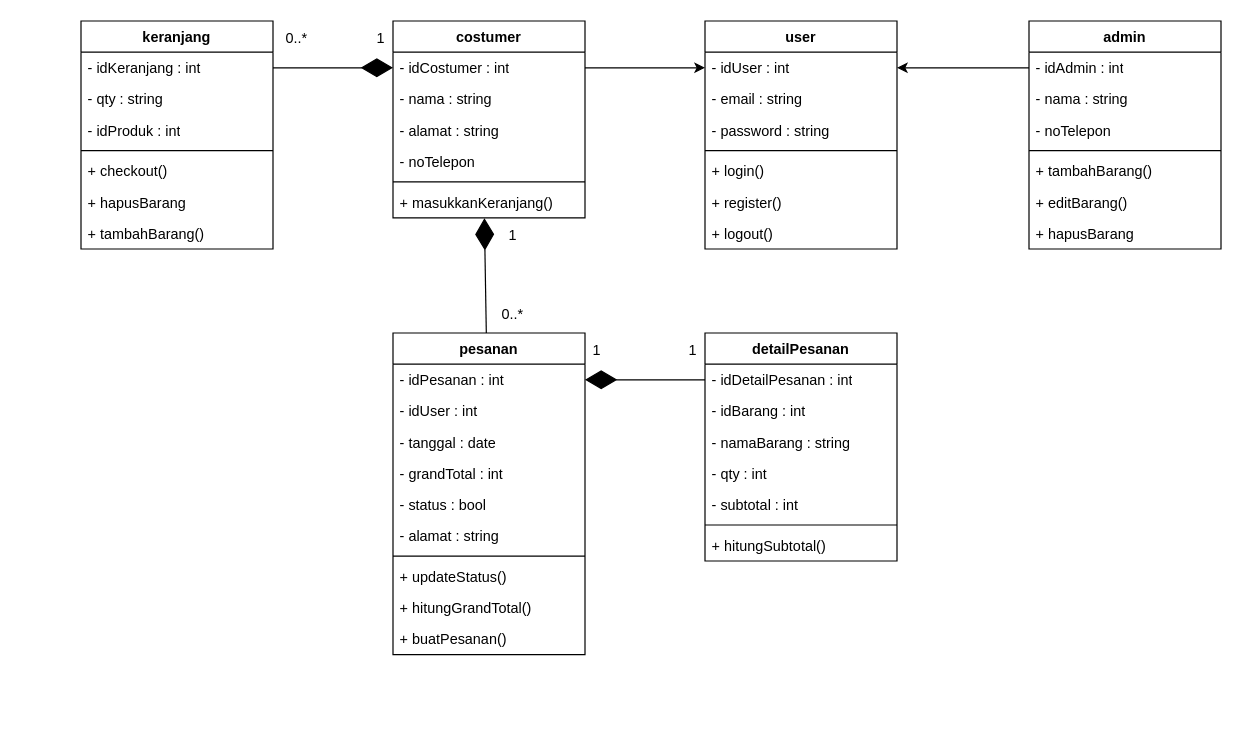
zerocode0806/Flowchart-E-Comerce-Elektronik keeps this draw.io diagram as Class-Diagram-Ecommerce-Elektronik.drawio. Above is the earlier version. Source tidied: cells renumbered, new cells numbered last; positions are measured from the earlier drawing's top-left corner, leaving out a move shared by most shapes. Both pictures are drawn from the tidied source at 120%, with x=0, y=0 at pixel (80, 20).
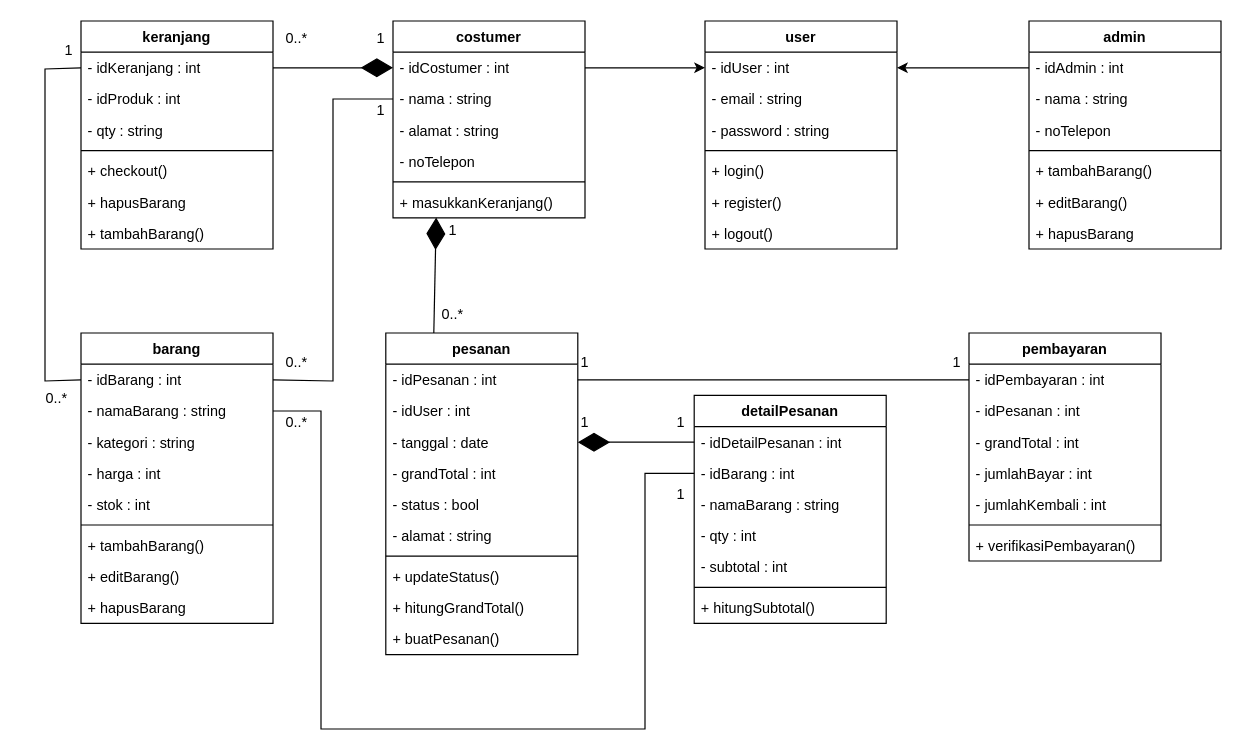
Above is the later version.

The change refers to these unchanged cells:
```xml
<mxCell id="12" value="- nama : string" style="text;strokeColor=none;fillColor=none;align=left;verticalAlign=top;spacingLeft=4;spacingRight=4;overflow=hidden;points=[[0,0.5],[1,0.5]];portConstraint=eastwest;whiteSpace=wrap;html=1;" parent="10" vertex="1">
  <mxGeometry y="52" width="160" height="26" as="geometry" />
</mxCell>
<mxCell id="16" value="+ masukkanKeranjang()" style="text;strokeColor=none;fillColor=none;align=left;verticalAlign=top;spacingLeft=4;spacingRight=4;overflow=hidden;points=[[0,0.5],[1,0.5]];portConstraint=eastwest;whiteSpace=wrap;html=1;" parent="10" vertex="1">
  <mxGeometry y="138" width="160" height="26" as="geometry" />
</mxCell>
<mxCell id="27" value="keranjang" style="swimlane;fontStyle=1;align=center;verticalAlign=top;horizontal=1;startSize=26;whiteSpace=wrap;html=1;" parent="1" vertex="1">
  <mxGeometry width="160" height="190" as="geometry" />
</mxCell>
<mxCell id="28" value="- idKeranjang : int" style="text;strokeColor=none;fillColor=none;align=left;verticalAlign=top;spacingLeft=4;spacingRight=4;overflow=hidden;points=[[0,0.5],[1,0.5]];portConstraint=eastwest;whiteSpace=wrap;html=1;" parent="27" vertex="1">
  <mxGeometry y="26" width="160" height="26" as="geometry" />
</mxCell>
<mxCell id="37" value="- idPesanan : int" style="text;strokeColor=none;fillColor=none;align=left;verticalAlign=top;spacingLeft=4;spacingRight=4;overflow=hidden;points=[[0,0.5],[1,0.5]];portConstraint=eastwest;whiteSpace=wrap;html=1;" parent="36" vertex="1">
  <mxGeometry y="26" width="160" height="26" as="geometry" />
</mxCell>
<mxCell id="39" value="- tanggal : date" style="text;strokeColor=none;fillColor=none;align=left;verticalAlign=top;spacingLeft=4;spacingRight=4;overflow=hidden;points=[[0,0.5],[1,0.5]];portConstraint=eastwest;whiteSpace=wrap;html=1;" parent="36" vertex="1">
  <mxGeometry y="78" width="160" height="26" as="geometry" />
</mxCell>
<mxCell id="48" value="- idDetailPesanan : int" style="text;strokeColor=none;fillColor=none;align=left;verticalAlign=top;spacingLeft=4;spacingRight=4;overflow=hidden;points=[[0,0.5],[1,0.5]];portConstraint=eastwest;whiteSpace=wrap;html=1;" parent="47" vertex="1">
  <mxGeometry y="26" width="160" height="26" as="geometry" />
</mxCell>
<mxCell id="49" value="- idBarang : int" style="text;strokeColor=none;fillColor=none;align=left;verticalAlign=top;spacingLeft=4;spacingRight=4;overflow=hidden;points=[[0,0.5],[1,0.5]];portConstraint=eastwest;whiteSpace=wrap;html=1;" parent="47" vertex="1">
  <mxGeometry y="52" width="160" height="26" as="geometry" />
</mxCell>
```

The edit, as a diff of the source:
```diff
@@
+    <mxCell id="30" value="- idProduk : int" style="text;strokeColor=none;fillColor=none;align=left;verticalAlign=top;spacingLeft=4;spacingRight=4;overflow=hidden;whiteSpace=wrap;html=1;" parent="27" vertex="1">
+      <mxGeometry y="52" width="160" height="26" as="geometry" />
+    </mxCell>
     <mxCell id="29" value="- qty : string" style="text;strokeColor=none;fillColor=none;align=left;verticalAlign=top;spacingLeft=4;spacingRight=4;overflow=hidden;whiteSpace=wrap;html=1;" parent="27" vertex="1">
-      <mxGeometry y="52" width="160" height="26" as="geometry" />
+      <mxGeometry y="78" width="160" height="26" as="geometry" />
     </mxCell>
-    <mxCell id="30" value="- idProduk : int" style="text;strokeColor=none;fillColor=none;align=left;verticalAlign=top;spacingLeft=4;spacingRight=4;overflow=hidden;whiteSpace=wrap;html=1;" parent="27" vertex="1">
-      <mxGeometry y="78" width="160" height="26" as="geometry" />
-    </mxCell>
@@
     <mxCell id="36" value="pesanan" style="swimlane;fontStyle=1;align=center;verticalAlign=top;horizontal=1;startSize=26;whiteSpace=wrap;html=1;" parent="1" vertex="1">
-      <mxGeometry x="260" y="260" width="160" height="268" as="geometry" />
+      <mxGeometry x="254" y="260" width="160" height="268" as="geometry" />
     </mxCell>
@@
     <mxCell id="47" value="detailPesanan" style="swimlane;fontStyle=1;align=center;verticalAlign=top;horizontal=1;startSize=26;whiteSpace=wrap;html=1;" parent="1" vertex="1">
-      <mxGeometry x="520" y="260" width="160" height="190" as="geometry" />
+      <mxGeometry x="511" y="312" width="160" height="190" as="geometry" />
     </mxCell>
@@
-    <mxCell id="55" style="endArrow=diamondThin;endFill=1;endSize=24;html=1;rounded=0;entryX=0.476;entryY=1.014;entryDx=0;entryDy=0;entryPerimeter=0;" parent="1" edge="1" source="36" target="16">
+    <mxCell id="55" style="endArrow=diamondThin;endFill=1;endSize=24;html=1;rounded=0;entryX=0.225;entryY=0.993;entryDx=0;entryDy=0;entryPerimeter=0;exitX=0.25;exitY=0;exitDx=0;exitDy=0;" parent="1" edge="1" source="36" target="16">
       <mxGeometry relative="1" as="geometry" />
     </mxCell>
-    <mxCell id="56" style="endArrow=diamondThin;endFill=1;endSize=24;html=1;rounded=0;entryX=1;entryY=0.5;entryDx=0;entryDy=0;exitX=0;exitY=0.5;exitDx=0;exitDy=0;" parent="1" edge="1" source="48" target="37">
+    <mxCell id="56" style="endArrow=diamondThin;endFill=1;endSize=24;html=1;rounded=0;exitX=0;exitY=0.5;exitDx=0;exitDy=0;" parent="1" edge="1" source="48" target="39">
       <mxGeometry relative="1" as="geometry" />
     </mxCell>
@@
     <mxCell id="59" value="1" style="text;html=1;whiteSpace=wrap;strokeColor=none;fillColor=none;align=center;verticalAlign=middle;rounded=0;" parent="1" vertex="1">
-      <mxGeometry x="330" y="164" width="60" height="30" as="geometry" />
+      <mxGeometry x="280" y="160" width="60" height="30" as="geometry" />
     </mxCell>
     <mxCell id="60" value="0..*" style="text;html=1;whiteSpace=wrap;strokeColor=none;fillColor=none;align=center;verticalAlign=middle;rounded=0;" parent="1" vertex="1">
-      <mxGeometry x="330" y="230" width="60" height="30" as="geometry" />
+      <mxGeometry x="280" y="230" width="60" height="30" as="geometry" />
     </mxCell>
     <mxCell id="61" value="1" style="text;html=1;whiteSpace=wrap;strokeColor=none;fillColor=none;align=center;verticalAlign=middle;rounded=0;" parent="1" vertex="1">
-      <mxGeometry x="400" y="260" width="60" height="30" as="geometry" />
+      <mxGeometry x="470" y="320" width="60" height="30" as="geometry" />
     </mxCell>
     <mxCell id="62" value="1" style="text;html=1;whiteSpace=wrap;strokeColor=none;fillColor=none;align=center;verticalAlign=middle;rounded=0;" parent="1" vertex="1">
-      <mxGeometry x="480" y="260" width="60" height="30" as="geometry" />
+      <mxGeometry x="390" y="320" width="60" height="30" as="geometry" />
     </mxCell>
+    <mxCell id="63" value="barang" style="swimlane;fontStyle=1;align=center;verticalAlign=top;horizontal=1;startSize=26;whiteSpace=wrap;html=1;" parent="1" vertex="1">
+      <mxGeometry y="260" width="160" height="242" as="geometry" />
+    </mxCell>
+    <mxCell id="64" value="- idBarang : int" style="text;strokeColor=none;fillColor=none;align=left;verticalAlign=top;spacingLeft=4;spacingRight=4;overflow=hidden;points=[[0,0.5],[1,0.5]];portConstraint=eastwest;whiteSpace=wrap;html=1;" parent="63" vertex="1">
+      <mxGeometry y="26" width="160" height="26" as="geometry" />
+    </mxCell>
+    <mxCell id="65" value="- namaBarang : string" style="text;strokeColor=none;fillColor=none;align=left;verticalAlign=top;spacingLeft=4;spacingRight=4;overflow=hidden;points=[[0,0.5],[1,0.5]];portConstraint=eastwest;whiteSpace=wrap;html=1;" parent="63" vertex="1">
+      <mxGeometry y="52" width="160" height="26" as="geometry" />
+    </mxCell>
+    <mxCell id="66" value="- kategori : string" style="text;strokeColor=none;fillColor=none;align=left;verticalAlign=top;spacingLeft=4;spacingRight=4;overflow=hidden;whiteSpace=wrap;html=1;" parent="63" vertex="1">
+      <mxGeometry y="78" width="160" height="26" as="geometry" />
+    </mxCell>
+    <mxCell id="67" value="- harga : int" style="text;strokeColor=none;fillColor=none;align=left;verticalAlign=top;spacingLeft=4;spacingRight=4;overflow=hidden;whiteSpace=wrap;html=1;" parent="63" vertex="1">
+      <mxGeometry y="104" width="160" height="26" as="geometry" />
+    </mxCell>
+    <mxCell id="68" value="- stok : int" style="text;strokeColor=none;fillColor=none;align=left;verticalAlign=top;spacingLeft=4;spacingRight=4;overflow=hidden;whiteSpace=wrap;html=1;" parent="63" vertex="1">
+      <mxGeometry y="130" width="160" height="26" as="geometry" />
+    </mxCell>
+    <mxCell id="69" style="line;strokeWidth=1;fillColor=none;align=left;verticalAlign=middle;spacingTop=-1;spacingLeft=3;spacingRight=3;labelPosition=right;strokeColor=inherit;" parent="63" vertex="1">
+      <mxGeometry y="156" width="160" height="8" as="geometry" />
+    </mxCell>
+    <mxCell id="70" value="+ tambahBarang()" style="text;strokeColor=none;fillColor=none;align=left;verticalAlign=top;spacingLeft=4;spacingRight=4;overflow=hidden;whiteSpace=wrap;html=1;" parent="63" vertex="1">
+      <mxGeometry y="164" width="160" height="26" as="geometry" />
+    </mxCell>
+    <mxCell id="71" value="+ editBarang()" style="text;strokeColor=none;fillColor=none;align=left;verticalAlign=top;spacingLeft=4;spacingRight=4;overflow=hidden;whiteSpace=wrap;html=1;" parent="63" vertex="1">
+      <mxGeometry y="190" width="160" height="26" as="geometry" />
+    </mxCell>
+    <mxCell id="72" value="+ hapusBarang" style="text;strokeColor=none;fillColor=none;align=left;verticalAlign=top;spacingLeft=4;spacingRight=4;overflow=hidden;whiteSpace=wrap;html=1;" parent="63" vertex="1">
+      <mxGeometry y="216" width="160" height="26" as="geometry" />
+    </mxCell>
+    <mxCell id="73" style="endArrow=none;html=1;rounded=0;entryX=0;entryY=0.5;entryDx=0;entryDy=0;exitX=1;exitY=0.5;exitDx=0;exitDy=0;" parent="1" edge="1" source="64" target="12">
+      <mxGeometry relative="1" as="geometry">
+        <Array as="points">
+          <mxPoint x="210" y="300" />
+          <mxPoint x="210" y="65" />
+        </Array>
+      </mxGeometry>
+    </mxCell>
+    <mxCell id="74" style="endArrow=none;html=1;rounded=0;entryX=0;entryY=0.5;entryDx=0;entryDy=0;exitX=0;exitY=0.5;exitDx=0;exitDy=0;" parent="1" edge="1" source="28" target="64">
+      <mxGeometry relative="1" as="geometry">
+        <Array as="points">
+          <mxPoint x="-30" y="40" />
+          <mxPoint x="-30" y="300" />
+        </Array>
+      </mxGeometry>
+    </mxCell>
+    <mxCell id="75" value="1" style="text;html=1;whiteSpace=wrap;strokeColor=none;fillColor=none;align=center;verticalAlign=middle;rounded=0;" parent="1" vertex="1">
+      <mxGeometry x="220" y="60" width="60" height="30" as="geometry" />
+    </mxCell>
+    <mxCell id="76" value="0..*" style="text;html=1;whiteSpace=wrap;strokeColor=none;fillColor=none;align=center;verticalAlign=middle;rounded=0;" parent="1" vertex="1">
+      <mxGeometry x="150" y="270" width="60" height="30" as="geometry" />
+    </mxCell>
+    <mxCell id="77" value="0..*" style="text;html=1;whiteSpace=wrap;strokeColor=none;fillColor=none;align=center;verticalAlign=middle;rounded=0;" parent="1" vertex="1">
+      <mxGeometry x="-50" y="300" width="60" height="30" as="geometry" />
+    </mxCell>
+    <mxCell id="78" value="1" style="text;html=1;whiteSpace=wrap;strokeColor=none;fillColor=none;align=center;verticalAlign=middle;rounded=0;" parent="1" vertex="1">
+      <mxGeometry x="-40" y="10" width="60" height="30" as="geometry" />
+    </mxCell>
+    <mxCell id="79" style="endArrow=none;html=1;rounded=0;entryX=0;entryY=0.5;entryDx=0;entryDy=0;exitX=1;exitY=0.5;exitDx=0;exitDy=0;" parent="1" edge="1" source="65" target="49">
+      <mxGeometry relative="1" as="geometry">
+        <Array as="points">
+          <mxPoint x="200" y="325" />
+          <mxPoint x="200" y="590" />
+          <mxPoint x="340" y="590" />
+          <mxPoint x="470" y="590" />
+          <mxPoint x="470" y="377" />
+        </Array>
+      </mxGeometry>
+    </mxCell>
+    <mxCell id="80" value="1" style="text;html=1;whiteSpace=wrap;strokeColor=none;fillColor=none;align=center;verticalAlign=middle;rounded=0;" parent="1" vertex="1">
+      <mxGeometry x="470" y="380" width="60" height="30" as="geometry" />
+    </mxCell>
+    <mxCell id="81" value="0..*" style="text;html=1;whiteSpace=wrap;strokeColor=none;fillColor=none;align=center;verticalAlign=middle;rounded=0;" parent="1" vertex="1">
+      <mxGeometry x="150" y="320" width="60" height="30" as="geometry" />
+    </mxCell>
+    <mxCell id="82" value="pembayaran" style="swimlane;fontStyle=1;align=center;verticalAlign=top;horizontal=1;startSize=26;whiteSpace=wrap;html=1;" parent="1" vertex="1">
+      <mxGeometry x="740" y="260" width="160" height="190" as="geometry" />
+    </mxCell>
+    <mxCell id="83" value="- idPembayaran : int" style="text;strokeColor=none;fillColor=none;align=left;verticalAlign=top;spacingLeft=4;spacingRight=4;overflow=hidden;points=[[0,0.5],[1,0.5]];portConstraint=eastwest;whiteSpace=wrap;html=1;" parent="82" vertex="1">
+      <mxGeometry y="26" width="160" height="26" as="geometry" />
+    </mxCell>
+    <mxCell id="84" value="- idPesanan : int" style="text;strokeColor=none;fillColor=none;align=left;verticalAlign=top;spacingLeft=4;spacingRight=4;overflow=hidden;whiteSpace=wrap;html=1;" parent="82" vertex="1">
+      <mxGeometry y="52" width="160" height="26" as="geometry" />
+    </mxCell>
+    <mxCell id="85" value="- grandTotal : int" style="text;strokeColor=none;fillColor=none;align=left;verticalAlign=top;spacingLeft=4;spacingRight=4;overflow=hidden;whiteSpace=wrap;html=1;" parent="82" vertex="1">
+      <mxGeometry y="78" width="160" height="26" as="geometry" />
+    </mxCell>
+    <mxCell id="86" value="- jumlahBayar : int" style="text;strokeColor=none;fillColor=none;align=left;verticalAlign=top;spacingLeft=4;spacingRight=4;overflow=hidden;whiteSpace=wrap;html=1;" parent="82" vertex="1">
+      <mxGeometry y="104" width="160" height="26" as="geometry" />
+    </mxCell>
+    <mxCell id="87" value="- jumlahKembali : int" style="text;strokeColor=none;fillColor=none;align=left;verticalAlign=top;spacingLeft=4;spacingRight=4;overflow=hidden;whiteSpace=wrap;html=1;" parent="82" vertex="1">
+      <mxGeometry y="130" width="160" height="26" as="geometry" />
+    </mxCell>
+    <mxCell id="88" style="line;strokeWidth=1;fillColor=none;align=left;verticalAlign=middle;spacingTop=-1;spacingLeft=3;spacingRight=3;labelPosition=right;strokeColor=inherit;" parent="82" vertex="1">
+      <mxGeometry y="156" width="160" height="8" as="geometry" />
+    </mxCell>
+    <mxCell id="89" value="+ verifikasiPembayaran()" style="text;strokeColor=none;fillColor=none;align=left;verticalAlign=top;spacingLeft=4;spacingRight=4;overflow=hidden;whiteSpace=wrap;html=1;" parent="82" vertex="1">
+      <mxGeometry y="164" width="160" height="26" as="geometry" />
+    </mxCell>
+    <mxCell id="90" style="endArrow=none;html=1;rounded=0;exitX=1;exitY=0.5;exitDx=0;exitDy=0;entryX=0;entryY=0.5;entryDx=0;entryDy=0;" parent="1" edge="1" source="37" target="83">
+      <mxGeometry relative="1" as="geometry" />
+    </mxCell>
+    <mxCell id="91" value="1" style="text;html=1;whiteSpace=wrap;strokeColor=none;fillColor=none;align=center;verticalAlign=middle;rounded=0;" parent="1" vertex="1">
+      <mxGeometry x="700" y="270" width="60" height="30" as="geometry" />
+    </mxCell>
+    <mxCell id="92" value="1" style="text;html=1;whiteSpace=wrap;strokeColor=none;fillColor=none;align=center;verticalAlign=middle;rounded=0;" parent="1" vertex="1">
+      <mxGeometry x="390" y="270" width="60" height="30" as="geometry" />
+    </mxCell>
```
